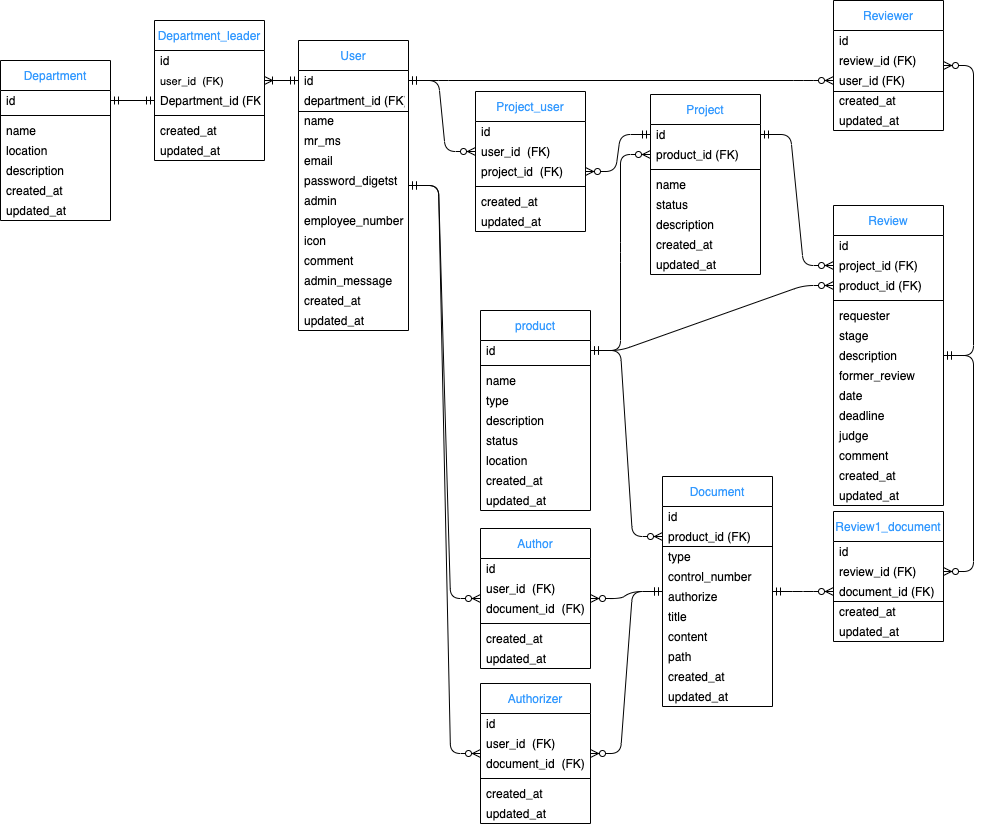
The draw.io diagram app/assets/images/ER7.drawio.png in o5411980/vending_machine, before a commit. Source tidied: cells renumbered, new cells last; positions are measured from the earlier drawing's top-left corner, leaving out a move shared by most shapes.
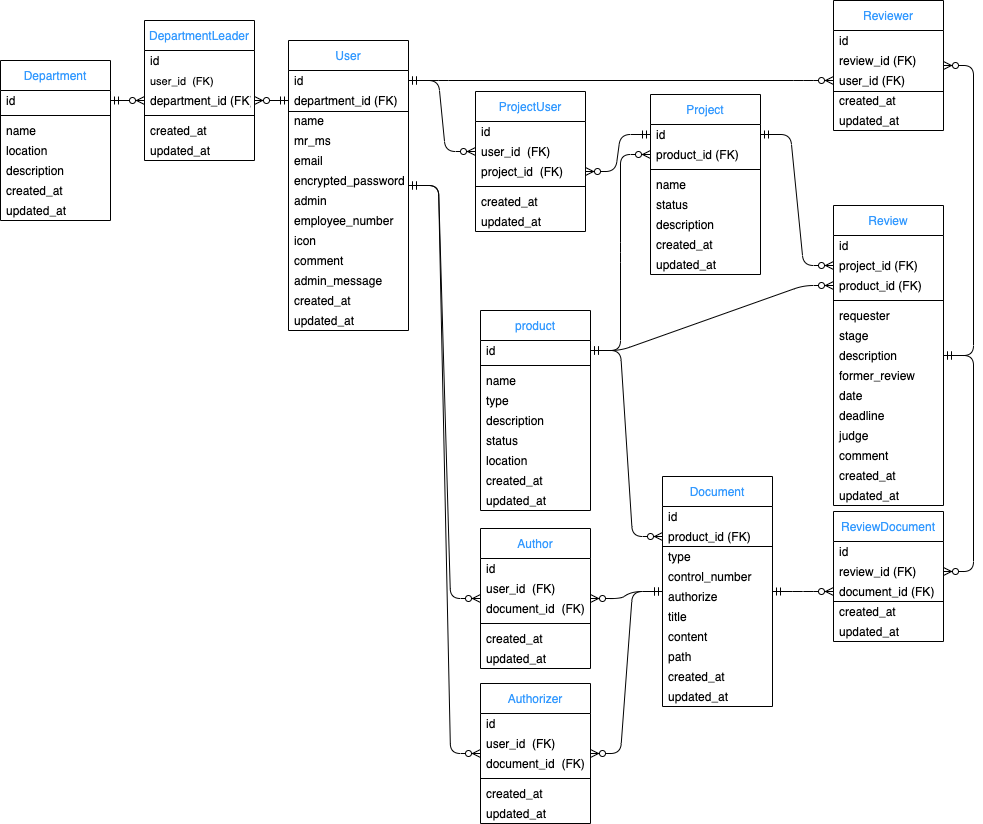
The same diagram one commit later.

What changed in the source:
```diff
@@ -3,52 +3,52 @@
     <mxCell id="0" />
     <mxCell id="1" parent="0" />
     <mxCell id="2" style="group;" parent="1" vertex="1">
-      <mxGeometry x="298" y="40" width="110" height="130" as="geometry" />
+      <mxGeometry x="298" y="40" width="110" height="290" as="geometry" />
     </mxCell>
     <mxCell id="3" value="User" style="swimlane;fontStyle=0;horizontal=1;startSize=30;align=center;fontSize=12;verticalAlign=middle;fontColor=#3399FF;" parent="2" vertex="1">
-      <mxGeometry width="110" height="290" as="geometry" />
+      <mxGeometry x="-10" width="120" height="290" as="geometry" />
     </mxCell>
     <mxCell id="4" value="id" style="text;strokeColor=none;fillColor=none;spacingLeft=4;spacingRight=4;overflow=hidden;points=[[0,0.5],[1,0.5]];portConstraint=eastwest;fontSize=12;verticalAlign=middle;" parent="3" vertex="1">
-      <mxGeometry y="30" width="110" height="20" as="geometry" />
+      <mxGeometry y="30" width="120" height="20" as="geometry" />
     </mxCell>
     <mxCell id="5" value="department_id (FK)" style="text;strokeColor=none;fillColor=none;spacingLeft=4;spacingRight=4;overflow=hidden;points=[[0,0.5],[1,0.5]];portConstraint=eastwest;fontSize=12;verticalAlign=middle;" parent="3" vertex="1">
-      <mxGeometry y="50" width="110" height="20" as="geometry" />
+      <mxGeometry y="50" width="120" height="20" as="geometry" />
     </mxCell>
     <mxCell id="6" value="name" style="text;strokeColor=none;fillColor=none;spacingLeft=4;spacingRight=4;overflow=hidden;fontSize=12;verticalAlign=middle;" parent="3" vertex="1">
-      <mxGeometry y="70" width="110" height="20" as="geometry" />
+      <mxGeometry y="70" width="120" height="20" as="geometry" />
     </mxCell>
     <mxCell id="7" value="mr_ms" style="text;strokeColor=none;fillColor=none;spacingLeft=4;spacingRight=4;overflow=hidden;fontSize=12;verticalAlign=middle;" parent="3" vertex="1">
-      <mxGeometry y="90" width="110" height="20" as="geometry" />
+      <mxGeometry y="90" width="120" height="20" as="geometry" />
     </mxCell>
     <mxCell id="8" value="email" style="text;strokeColor=none;fillColor=none;spacingLeft=4;spacingRight=4;overflow=hidden;fontSize=12;verticalAlign=middle;" parent="3" vertex="1">
-      <mxGeometry y="110" width="110" height="20" as="geometry" />
+      <mxGeometry y="110" width="120" height="20" as="geometry" />
     </mxCell>
-    <mxCell id="9" value="password_digetst" style="text;strokeColor=none;fillColor=none;spacingLeft=4;spacingRight=4;overflow=hidden;fontSize=12;verticalAlign=middle;" parent="3" vertex="1">
-      <mxGeometry y="130" width="110" height="20" as="geometry" />
+    <mxCell id="9" value="encrypted_password" style="text;strokeColor=none;fillColor=none;spacingLeft=4;spacingRight=4;overflow=hidden;fontSize=12;verticalAlign=middle;" parent="3" vertex="1">
+      <mxGeometry y="130" width="120" height="20" as="geometry" />
     </mxCell>
     <mxCell id="10" value="admin" style="text;strokeColor=none;fillColor=none;spacingLeft=4;spacingRight=4;overflow=hidden;fontSize=12;verticalAlign=middle;" parent="3" vertex="1">
-      <mxGeometry y="150" width="110" height="20" as="geometry" />
+      <mxGeometry y="150" width="120" height="20" as="geometry" />
     </mxCell>
     <mxCell id="11" value="employee_number" style="text;strokeColor=none;fillColor=none;spacingLeft=4;spacingRight=4;overflow=hidden;fontSize=12;verticalAlign=middle;" parent="3" vertex="1">
-      <mxGeometry y="170" width="110" height="20" as="geometry" />
+      <mxGeometry y="170" width="120" height="20" as="geometry" />
     </mxCell>
     <mxCell id="12" value="icon" style="text;strokeColor=none;fillColor=none;spacingLeft=4;spacingRight=4;overflow=hidden;fontSize=12;verticalAlign=middle;" parent="3" vertex="1">
-      <mxGeometry y="190" width="110" height="20" as="geometry" />
+      <mxGeometry y="190" width="120" height="20" as="geometry" />
     </mxCell>
     <mxCell id="13" value="comment" style="text;strokeColor=none;fillColor=none;spacingLeft=4;spacingRight=4;overflow=hidden;fontSize=12;verticalAlign=middle;" parent="3" vertex="1">
-      <mxGeometry y="210" width="110" height="20" as="geometry" />
+      <mxGeometry y="210" width="120" height="20" as="geometry" />
     </mxCell>
     <mxCell id="14" value="admin_message" style="text;strokeColor=none;fillColor=none;spacingLeft=4;spacingRight=4;overflow=hidden;fontSize=12;verticalAlign=middle;" parent="3" vertex="1">
-      <mxGeometry y="230" width="110" height="20" as="geometry" />
+      <mxGeometry y="230" width="120" height="20" as="geometry" />
     </mxCell>
     <mxCell id="15" value="created_at" style="text;strokeColor=none;fillColor=none;spacingLeft=4;spacingRight=4;overflow=hidden;fontSize=12;verticalAlign=middle;" parent="3" vertex="1">
-      <mxGeometry y="250" width="110" height="20" as="geometry" />
+      <mxGeometry y="250" width="120" height="20" as="geometry" />
     </mxCell>
     <mxCell id="16" value="updated_at" style="text;strokeColor=none;fillColor=none;spacingLeft=4;spacingRight=4;overflow=hidden;fontSize=12;verticalAlign=middle;" parent="3" vertex="1">
-      <mxGeometry y="270" width="110" height="20" as="geometry" />
+      <mxGeometry y="270" width="120" height="20" as="geometry" />
     </mxCell>
     <mxCell id="17" style="line;strokeWidth=1;dashed=0;labelPosition=right;align=left;verticalAlign=middle;spacingTop=0;spacingLeft=6;fontSize=12;" parent="2" vertex="1">
-      <mxGeometry y="66" width="110" height="10" as="geometry" />
+      <mxGeometry x="-10" y="66" width="120" height="10" as="geometry" />
     </mxCell>
     <mxCell id="18" style="group;" parent="1" vertex="1">
       <mxGeometry x="594" y="79" width="110" height="180" as="geometry" />
@@ -116,7 +116,7 @@
     <mxCell id="39" style="group;" parent="1" vertex="1">
       <mxGeometry x="354" y="54" width="110" height="130" as="geometry" />
     </mxCell>
-    <mxCell id="40" value="Project_user" style="swimlane;fontStyle=0;horizontal=1;startSize=30;align=center;fontSize=12;verticalAlign=middle;fontColor=#3399FF;" parent="39" vertex="1">
+    <mxCell id="40" value="ProjectUser" style="swimlane;fontStyle=0;horizontal=1;startSize=30;align=center;fontSize=12;verticalAlign=middle;fontColor=#3399FF;" parent="39" vertex="1">
       <mxGeometry x="121" y="37" width="110" height="140" as="geometry" />
     </mxCell>
     <mxCell id="41" value="id" style="text;strokeColor=none;fillColor=none;spacingLeft=4;spacingRight=4;overflow=hidden;fontSize=12;verticalAlign=middle;" parent="40" vertex="1">
@@ -245,7 +245,7 @@
     <mxCell id="82" style="group;" parent="1" vertex="1">
       <mxGeometry x="833" y="461" width="110" height="270" as="geometry" />
     </mxCell>
-    <mxCell id="83" value="Review1_document" style="swimlane;fontStyle=0;horizontal=1;startSize=30;align=center;fontSize=12;verticalAlign=middle;fontColor=#3399FF;" parent="82" vertex="1">
+    <mxCell id="83" value="ReviewDocument" style="swimlane;fontStyle=0;horizontal=1;startSize=30;align=center;fontSize=12;verticalAlign=middle;fontColor=#3399FF;" parent="82" vertex="1">
       <mxGeometry y="50" width="110" height="130" as="geometry" />
     </mxCell>
     <mxCell id="84" value="id" style="text;strokeColor=none;fillColor=none;spacingLeft=4;spacingRight=4;overflow=hidden;fontSize=12;verticalAlign=middle;" parent="83" vertex="1">
@@ -377,8 +377,8 @@
     <mxCell id="126" value="updated_at" style="text;strokeColor=none;fillColor=none;spacingLeft=4;spacingRight=4;overflow=hidden;fontSize=12;verticalAlign=middle;" parent="119" vertex="1">
       <mxGeometry y="140" width="110" height="20" as="geometry" />
     </mxCell>
-    <mxCell id="127" value="Department_leader" style="swimlane;fontStyle=0;horizontal=1;startSize=30;align=center;fontSize=12;verticalAlign=middle;fontColor=#3399FF;" parent="1" vertex="1">
-      <mxGeometry x="154" y="20" width="110" height="140" as="geometry" />
+    <mxCell id="127" value="DepartmentLeader" style="swimlane;fontStyle=0;horizontal=1;startSize=30;align=center;fontSize=12;verticalAlign=middle;fontColor=#3399FF;" parent="1" vertex="1">
+      <mxGeometry x="144" y="20" width="110" height="140" as="geometry" />
     </mxCell>
     <mxCell id="128" value="id" style="text;strokeColor=none;fillColor=none;spacingLeft=4;spacingRight=4;overflow=hidden;fontSize=12;verticalAlign=middle;" parent="127" vertex="1">
       <mxGeometry y="30" width="110" height="20" as="geometry" />
@@ -386,7 +386,7 @@
     <mxCell id="129" value="user_id  (FK)" style="text;strokeColor=none;fillColor=none;spacingLeft=4;spacingRight=4;overflow=hidden;points=[[0,0.5],[1,0.5]];portConstraint=eastwest;fontSize=11;verticalAlign=middle;" parent="127" vertex="1">
       <mxGeometry y="50" width="110" height="20" as="geometry" />
     </mxCell>
-    <mxCell id="130" value="Department_id (FK)" style="text;strokeColor=none;fillColor=none;spacingLeft=4;spacingRight=4;overflow=hidden;points=[[0,0.5],[1,0.5]];portConstraint=eastwest;fontSize=12;verticalAlign=middle;" parent="127" vertex="1">
+    <mxCell id="130" value="department_id (FK)" style="text;strokeColor=none;fillColor=none;spacingLeft=4;spacingRight=4;overflow=hidden;points=[[0,0.5],[1,0.5]];portConstraint=eastwest;fontSize=12;verticalAlign=middle;" parent="127" vertex="1">
       <mxGeometry y="70" width="110" height="20" as="geometry" />
     </mxCell>
     <mxCell id="131" style="line;strokeWidth=1;dashed=0;labelPosition=right;align=left;verticalAlign=middle;spacingTop=0;spacingLeft=6;fontSize=12;" parent="127" vertex="1">
@@ -398,11 +398,11 @@
     <mxCell id="133" value="updated_at" style="text;strokeColor=none;fillColor=none;spacingLeft=4;spacingRight=4;overflow=hidden;fontSize=12;verticalAlign=middle;" parent="127" vertex="1">
       <mxGeometry y="120" width="110" height="20" as="geometry" />
     </mxCell>
-    <mxCell id="134" style="edgeStyle=entityRelationEdgeStyle;fontSize=12;html=1;endArrow=ERmandOne;startArrow=ERmandOne;" parent="1" edge="1" source="120" target="130">
+    <mxCell id="134" style="edgeStyle=entityRelationEdgeStyle;fontSize=12;html=1;endArrow=ERzeroToMany;startArrow=ERmandOne;fontColor=#3399FF;entryX=0;entryY=0.5;entryDx=0;entryDy=0;" parent="1" edge="1" source="120" target="130">
       <mxGeometry relative="1" as="geometry" />
     </mxCell>
-    <mxCell id="135" style="edgeStyle=entityRelationEdgeStyle;fontSize=12;html=1;endArrow=ERoneToMany;startArrow=ERmandOne;" parent="1" edge="1" source="4" target="129">
-      <mxGeometry relative="1" as="geometry" />
-    </mxCell>
+    <mxCell id="136" style="edgeStyle=entityRelationEdgeStyle;fontSize=12;html=1;endArrow=ERzeroToMany;startArrow=ERmandOne;fontColor=#3399FF;entryX=1;entryY=0.5;entryDx=0;entryDy=0;exitX=0;exitY=0.5;exitDx=0;exitDy=0;" parent="1" edge="1" source="5" target="130">
+      <mxGeometry relative="1" as="geometry" />
+    </mxCell>
   </root>
 </mxGraphModel>
```
